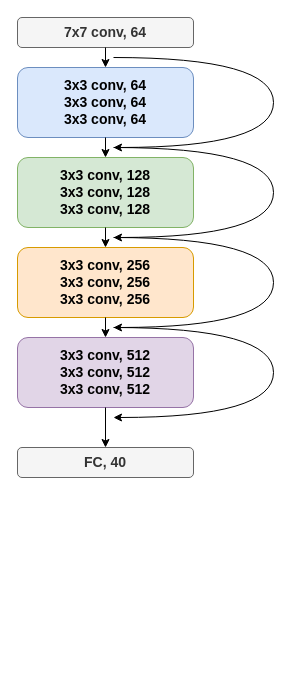
Before: documents/BagNet9_18.drawio in LeanderHeuvel/mbag-REDI, a draw.io diagram. Source tidied: cells renumbered, new cells numbered last; positions are measured from the earlier drawing's top-left corner, leaving out a move shared by most shapes. Both pictures are drawn from the tidied source at 100%, with x=0, y=0 at pixel (17, 17).
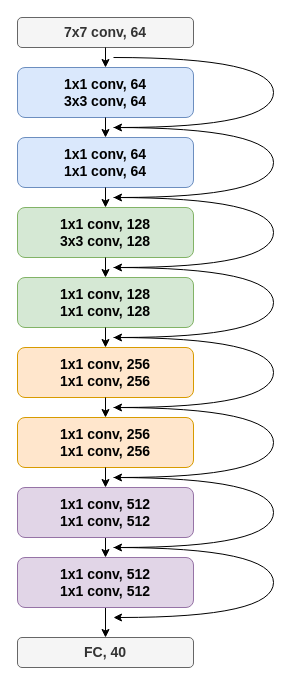
The same diagram, later.

The change refers to these unchanged cells:
```xml
<mxCell id="6" value="&lt;b&gt;&lt;font style=&quot;font-size: 14px;&quot;&gt;7x7 conv, 64&lt;/font&gt;&lt;/b&gt;" style="whiteSpace=wrap;html=1;fillColor=#f5f5f5;strokeColor=#666666;imageAspect=1;rounded=1;fontColor=#333333;" parent="1" vertex="1">
  <mxGeometry width="176" height="30" as="geometry" />
</mxCell>
```

Change to the diagram source:
```diff
@@
-    <mxCell id="2" value="&lt;b style=&quot;font-size: 14px;&quot;&gt;3x3 conv, 128&lt;br&gt;&lt;/b&gt;&lt;b style=&quot;font-size: 14px;&quot;&gt;3x3 conv, 128&lt;br&gt;&lt;/b&gt;&lt;b style=&quot;font-size: 14px;&quot;&gt;3x3 conv, 128&lt;/b&gt;&lt;b style=&quot;font-size: 14px;&quot;&gt;&lt;br&gt;&lt;/b&gt;" style="whiteSpace=wrap;html=1;fillColor=#d5e8d4;strokeColor=#82b366;imageAspect=1;rounded=1;" parent="1" vertex="1">
-      <mxGeometry y="140" width="176" height="70" as="geometry" />
-    </mxCell>
-    <mxCell id="3" value="&lt;b style=&quot;font-size: 14px;&quot;&gt;3x3 conv, 256&lt;br&gt;&lt;/b&gt;&lt;b style=&quot;font-size: 14px;&quot;&gt;3x3 conv, 256&lt;br&gt;&lt;/b&gt;&lt;b style=&quot;font-size: 14px;&quot;&gt;3x3 conv, 256&lt;/b&gt;&lt;b style=&quot;font-size: 14px;&quot;&gt;&lt;br&gt;&lt;/b&gt;" style="whiteSpace=wrap;html=1;fillColor=#ffe6cc;strokeColor=#d79b00;imageAspect=1;rounded=1;" parent="1" vertex="1">
-      <mxGeometry y="230" width="176" height="70" as="geometry" />
+    <mxCell id="3" value="&lt;b style=&quot;font-size: 14px;&quot;&gt;1x1 conv, 256&lt;br&gt;&lt;/b&gt;&lt;b style=&quot;font-size: 14px;&quot;&gt;1x1 conv, 256&lt;/b&gt;&lt;b style=&quot;font-size: 14px;&quot;&gt;&lt;br&gt;&lt;/b&gt;" style="whiteSpace=wrap;html=1;fillColor=#ffe6cc;strokeColor=#d79b00;imageAspect=1;rounded=1;" parent="1" vertex="1">
+      <mxGeometry y="330" width="176" height="50" as="geometry" />
     </mxCell>
-    <mxCell id="4" value="&lt;b style=&quot;font-size: 14px;&quot;&gt;3x3 conv, 512&lt;br&gt;&lt;/b&gt;&lt;b style=&quot;font-size: 14px;&quot;&gt;3x3 conv, 512&lt;br&gt;&lt;/b&gt;&lt;b style=&quot;font-size: 14px;&quot;&gt;3x3 conv, 512&lt;/b&gt;&lt;b style=&quot;font-size: 14px;&quot;&gt;&lt;br&gt;&lt;/b&gt;" style="whiteSpace=wrap;html=1;fillColor=#e1d5e7;strokeColor=#9673a6;imageAspect=1;rounded=1;" parent="1" vertex="1">
-      <mxGeometry y="320" width="176" height="70" as="geometry" />
-    </mxCell>
-    <mxCell id="5" value="&lt;font style=&quot;font-size: 14px;&quot;&gt;&lt;b&gt;3x3 conv, 64&lt;br&gt;&lt;/b&gt;&lt;b&gt;3x3 conv, 64&lt;br&gt;&lt;/b&gt;&lt;b&gt;3x3 conv, 64&lt;/b&gt;&lt;b&gt;&lt;br&gt;&lt;/b&gt;&lt;/font&gt;" style="whiteSpace=wrap;html=1;fillColor=#dae8fc;strokeColor=#6c8ebf;imageAspect=1;rounded=1;" parent="1" vertex="1">
-      <mxGeometry y="50" width="176" height="70" as="geometry" />
+    <mxCell id="5" value="&lt;font style=&quot;font-size: 14px;&quot;&gt;&lt;b&gt;1x1 conv, 64&lt;br&gt;&lt;/b&gt;&lt;b&gt;3x3 conv, 64&lt;br&gt;&lt;/b&gt;&lt;/font&gt;" style="whiteSpace=wrap;html=1;fillColor=#dae8fc;strokeColor=#6c8ebf;imageAspect=1;rounded=1;" parent="1" vertex="1">
+      <mxGeometry y="50" width="176" height="50" as="geometry" />
     </mxCell>
@@
-    <mxCell id="7" style="endArrow=classic;html=1;rounded=0;fontSize=14;exitX=0.5;exitY=1;exitDx=0;exitDy=0;entryX=0.5;entryY=0;entryDx=0;entryDy=0;" parent="1" edge="1" source="6" target="5">
-      <mxGeometry relative="1" as="geometry" />
-    </mxCell>
-    <mxCell id="8" style="endArrow=classic;html=1;rounded=0;fontSize=14;entryX=0.5;entryY=0;entryDx=0;entryDy=0;" parent="1" edge="1" target="2">
-      <mxGeometry relative="1" as="geometry">
-        <mxPoint x="88" y="120" as="sourcePoint" />
-      </mxGeometry>
-    </mxCell>
-    <mxCell id="9" style="endArrow=classic;html=1;rounded=0;fontSize=14;exitX=0.5;exitY=1;exitDx=0;exitDy=0;entryX=0.5;entryY=0;entryDx=0;entryDy=0;" parent="1" edge="1" source="2" target="3">
-      <mxGeometry relative="1" as="geometry" />
+    <mxCell id="9" style="endArrow=classic;html=1;rounded=0;fontSize=14;exitX=0.5;exitY=1;exitDx=0;exitDy=0;" parent="1" edge="1" source="31">
+      <mxGeometry relative="1" as="geometry">
+        <mxPoint x="88" y="540" as="targetPoint" />
+      </mxGeometry>
     </mxCell>
-    <mxCell id="10" style="endArrow=classic;html=1;rounded=0;fontSize=14;entryX=0.5;entryY=0;entryDx=0;entryDy=0;" parent="1" edge="1" target="4">
-      <mxGeometry relative="1" as="geometry">
-        <mxPoint x="88" y="300" as="sourcePoint" />
-      </mxGeometry>
-    </mxCell>
-    <mxCell id="11" style="endArrow=classic;html=1;rounded=0;fontSize=14;" parent="1" edge="1" source="4">
+    <mxCell id="11" style="endArrow=classic;html=1;rounded=0;fontSize=14;" parent="1" edge="1" source="34">
       <mxGeometry relative="1" as="geometry">
-        <mxPoint x="88" y="430" as="targetPoint" />
+        <mxPoint x="88" y="620" as="targetPoint" />
       </mxGeometry>
     </mxCell>
     <mxCell id="12" value="&lt;b&gt;&lt;font style=&quot;font-size: 14px;&quot;&gt;FC, 40&lt;/font&gt;&lt;/b&gt;" style="whiteSpace=wrap;html=1;fillColor=#f5f5f5;strokeColor=#666666;imageAspect=1;rounded=1;fontColor=#333333;" parent="1" vertex="1">
-      <mxGeometry y="430" width="176" height="30" as="geometry" />
+      <mxGeometry y="620" width="176" height="30" as="geometry" />
     </mxCell>
-    <mxCell id="13" style="curved=1;endArrow=classic;html=1;rounded=0;fontSize=14;" parent="1" edge="1">
-      <mxGeometry relative="1" as="geometry">
-        <mxPoint x="96" y="310" as="sourcePoint" />
-        <mxPoint x="96" y="400" as="targetPoint" />
-        <Array as="points">
-          <mxPoint x="256" y="310" />
-          <mxPoint x="256" y="400" />
-        </Array>
-      </mxGeometry>
-    </mxCell>
-    <mxCell id="14" style="curved=1;endArrow=classic;html=1;rounded=0;fontSize=14;" parent="1" edge="1">
-      <mxGeometry relative="1" as="geometry">
-        <mxPoint x="96" y="220" as="sourcePoint" />
-        <mxPoint x="96" y="310" as="targetPoint" />
-        <Array as="points">
-          <mxPoint x="256" y="220" />
-          <mxPoint x="256" y="310" />
-        </Array>
-      </mxGeometry>
-    </mxCell>
-    <mxCell id="15" style="curved=1;endArrow=classic;html=1;rounded=0;fontSize=14;" parent="1" edge="1">
-      <mxGeometry relative="1" as="geometry">
-        <mxPoint x="96" y="130" as="sourcePoint" />
-        <mxPoint x="96" y="220" as="targetPoint" />
-        <Array as="points">
-          <mxPoint x="256" y="130" />
-          <mxPoint x="256" y="220" />
-        </Array>
-      </mxGeometry>
-    </mxCell>
     <mxCell id="16" style="curved=1;endArrow=classic;html=1;rounded=0;fontSize=14;" parent="1" edge="1">
       <mxGeometry relative="1" as="geometry">
         <mxPoint x="96" y="40" as="sourcePoint" />
-        <mxPoint x="96" y="130" as="targetPoint" />
+        <mxPoint x="96" y="110" as="targetPoint" />
         <Array as="points">
           <mxPoint x="256" y="40" />
-          <mxPoint x="256" y="130" />
+          <mxPoint x="256" y="110" />
         </Array>
       </mxGeometry>
     </mxCell>
+    <mxCell id="17" value="&lt;font style=&quot;font-size: 14px;&quot;&gt;&lt;b&gt;1x1 conv, 64&lt;br&gt;&lt;/b&gt;&lt;b&gt;1x1 conv, 64&lt;br&gt;&lt;/b&gt;&lt;/font&gt;" style="whiteSpace=wrap;html=1;fillColor=#dae8fc;strokeColor=#6c8ebf;imageAspect=1;rounded=1;" parent="1" vertex="1">
+      <mxGeometry y="120" width="176" height="50" as="geometry" />
+    </mxCell>
+    <mxCell id="7" style="endArrow=classic;html=1;rounded=0;fontSize=14;exitX=0.5;exitY=1;exitDx=0;exitDy=0;" parent="1" edge="1" source="6" target="5">
+      <mxGeometry relative="1" as="geometry" />
+    </mxCell>
+    <mxCell id="18" style="endArrow=classic;html=1;rounded=0;fontSize=14;exitX=0.5;exitY=1;exitDx=0;exitDy=0;entryX=0.5;entryY=0;entryDx=0;entryDy=0;" parent="1" edge="1" source="5" target="17">
+      <mxGeometry relative="1" as="geometry" />
+    </mxCell>
+    <mxCell id="19" style="endArrow=classic;html=1;rounded=0;fontSize=14;exitX=0.5;exitY=1;exitDx=0;exitDy=0;" parent="1" edge="1" source="17">
+      <mxGeometry relative="1" as="geometry">
+        <mxPoint x="88" y="190" as="targetPoint" />
+      </mxGeometry>
+    </mxCell>
+    <mxCell id="20" value="&lt;b style=&quot;font-size: 14px;&quot;&gt;1x1 conv, 128&lt;br&gt;&lt;/b&gt;&lt;b style=&quot;font-size: 14px;&quot;&gt;3x3 conv, 128&lt;/b&gt;&lt;b style=&quot;font-size: 14px;&quot;&gt;&lt;br&gt;&lt;/b&gt;" style="whiteSpace=wrap;html=1;fillColor=#d5e8d4;strokeColor=#82b366;imageAspect=1;rounded=1;" parent="1" vertex="1">
+      <mxGeometry y="190" width="176" height="50" as="geometry" />
+    </mxCell>
+    <mxCell id="21" style="endArrow=classic;html=1;rounded=0;fontSize=14;exitX=0.5;exitY=1;exitDx=0;exitDy=0;entryX=0.5;entryY=0;entryDx=0;entryDy=0;" parent="1" edge="1" source="20" target="22">
+      <mxGeometry relative="1" as="geometry" />
+    </mxCell>
+    <mxCell id="22" value="&lt;b style=&quot;font-size: 14px;&quot;&gt;1x1 conv, 128&lt;br&gt;&lt;/b&gt;&lt;b style=&quot;font-size: 14px;&quot;&gt;1x1 conv, 128&lt;/b&gt;&lt;b style=&quot;font-size: 14px;&quot;&gt;&lt;br&gt;&lt;/b&gt;" style="whiteSpace=wrap;html=1;fillColor=#d5e8d4;strokeColor=#82b366;imageAspect=1;rounded=1;" parent="1" vertex="1">
+      <mxGeometry y="260" width="176" height="50" as="geometry" />
+    </mxCell>
+    <mxCell id="23" style="curved=1;endArrow=classic;html=1;rounded=0;fontSize=14;" parent="1" edge="1">
+      <mxGeometry relative="1" as="geometry">
+        <mxPoint x="96" y="110" as="sourcePoint" />
+        <mxPoint x="96" y="180" as="targetPoint" />
+        <Array as="points">
+          <mxPoint x="256" y="110" />
+          <mxPoint x="256" y="180" />
+        </Array>
+      </mxGeometry>
+    </mxCell>
+    <mxCell id="24" style="curved=1;endArrow=classic;html=1;rounded=0;fontSize=14;" parent="1" edge="1">
+      <mxGeometry relative="1" as="geometry">
+        <mxPoint x="96" y="180" as="sourcePoint" />
+        <mxPoint x="96" y="250" as="targetPoint" />
+        <Array as="points">
+          <mxPoint x="256" y="180" />
+          <mxPoint x="256" y="250" />
+        </Array>
+      </mxGeometry>
+    </mxCell>
+    <mxCell id="25" style="curved=1;endArrow=classic;html=1;rounded=0;fontSize=14;" parent="1" edge="1">
+      <mxGeometry relative="1" as="geometry">
+        <mxPoint x="96" y="250" as="sourcePoint" />
+        <mxPoint x="96" y="320" as="targetPoint" />
+        <Array as="points">
+          <mxPoint x="256" y="250" />
+          <mxPoint x="256" y="320" />
+        </Array>
+      </mxGeometry>
+    </mxCell>
+    <mxCell id="26" style="endArrow=classic;html=1;rounded=0;fontSize=14;entryX=0.5;entryY=0;entryDx=0;entryDy=0;" parent="1" edge="1">
+      <mxGeometry relative="1" as="geometry">
+        <mxPoint x="88" y="310" as="sourcePoint" />
+        <mxPoint x="88" y="330" as="targetPoint" />
+      </mxGeometry>
+    </mxCell>
+    <mxCell id="27" style="curved=1;endArrow=classic;html=1;rounded=0;fontSize=14;" parent="1" edge="1">
+      <mxGeometry relative="1" as="geometry">
+        <mxPoint x="96" y="320" as="sourcePoint" />
+        <mxPoint x="96" y="390" as="targetPoint" />
+        <Array as="points">
+          <mxPoint x="256" y="320" />
+          <mxPoint x="256" y="390" />
+        </Array>
+      </mxGeometry>
+    </mxCell>
+    <mxCell id="28" value="&lt;b style=&quot;font-size: 14px;&quot;&gt;1x1 conv, 256&lt;br&gt;&lt;/b&gt;&lt;b style=&quot;font-size: 14px;&quot;&gt;1x1 conv, 256&lt;/b&gt;&lt;b style=&quot;font-size: 14px;&quot;&gt;&lt;br&gt;&lt;/b&gt;" style="whiteSpace=wrap;html=1;fillColor=#ffe6cc;strokeColor=#d79b00;imageAspect=1;rounded=1;" parent="1" vertex="1">
+      <mxGeometry y="400" width="176" height="50" as="geometry" />
+    </mxCell>
+    <mxCell id="29" style="endArrow=classic;html=1;rounded=0;fontSize=14;entryX=0.5;entryY=0;entryDx=0;entryDy=0;exitX=0.5;exitY=1;exitDx=0;exitDy=0;" parent="1" edge="1" target="28">
+      <mxGeometry relative="1" as="geometry">
+        <mxPoint x="88" y="380" as="sourcePoint" />
+      </mxGeometry>
+    </mxCell>
+    <mxCell id="30" style="endArrow=classic;html=1;rounded=0;fontSize=14;exitX=0.5;exitY=1;exitDx=0;exitDy=0;entryX=0.5;entryY=0;entryDx=0;entryDy=0;" parent="1" edge="1" source="28" target="31">
+      <mxGeometry relative="1" as="geometry" />
+    </mxCell>
+    <mxCell id="31" value="&lt;b style=&quot;font-size: 14px;&quot;&gt;1x1 conv, 512&lt;br&gt;&lt;/b&gt;&lt;b style=&quot;font-size: 14px;&quot;&gt;1x1 conv, 512&lt;/b&gt;&lt;b style=&quot;font-size: 14px;&quot;&gt;&lt;br&gt;&lt;/b&gt;" style="whiteSpace=wrap;html=1;fillColor=#e1d5e7;strokeColor=#9673a6;imageAspect=1;rounded=1;" parent="1" vertex="1">
+      <mxGeometry y="470" width="176" height="50" as="geometry" />
+    </mxCell>
+    <mxCell id="32" style="curved=1;endArrow=classic;html=1;rounded=0;fontSize=14;" parent="1" edge="1">
+      <mxGeometry relative="1" as="geometry">
+        <mxPoint x="96" y="390" as="sourcePoint" />
+        <mxPoint x="96" y="460" as="targetPoint" />
+        <Array as="points">
+          <mxPoint x="256" y="390" />
+          <mxPoint x="256" y="460" />
+        </Array>
+      </mxGeometry>
+    </mxCell>
+    <mxCell id="33" style="curved=1;endArrow=classic;html=1;rounded=0;fontSize=14;" parent="1" edge="1">
+      <mxGeometry relative="1" as="geometry">
+        <mxPoint x="96" y="460" as="sourcePoint" />
+        <mxPoint x="96" y="530" as="targetPoint" />
+        <Array as="points">
+          <mxPoint x="256" y="460" />
+          <mxPoint x="256" y="530" />
+        </Array>
+      </mxGeometry>
+    </mxCell>
+    <mxCell id="34" value="&lt;b style=&quot;font-size: 14px;&quot;&gt;1x1 conv, 512&lt;br&gt;&lt;/b&gt;&lt;b style=&quot;font-size: 14px;&quot;&gt;1x1 conv, 512&lt;/b&gt;&lt;b style=&quot;font-size: 14px;&quot;&gt;&lt;br&gt;&lt;/b&gt;" style="whiteSpace=wrap;html=1;fillColor=#e1d5e7;strokeColor=#9673a6;imageAspect=1;rounded=1;" parent="1" vertex="1">
+      <mxGeometry y="540" width="176" height="50" as="geometry" />
+    </mxCell>
+    <mxCell id="35" style="curved=1;endArrow=classic;html=1;rounded=0;fontSize=14;" parent="1" edge="1">
+      <mxGeometry relative="1" as="geometry">
+        <mxPoint x="96" y="530" as="sourcePoint" />
+        <mxPoint x="96" y="600" as="targetPoint" />
+        <Array as="points">
+          <mxPoint x="256" y="530" />
+          <mxPoint x="256" y="600" />
+        </Array>
+      </mxGeometry>
+    </mxCell>
```
